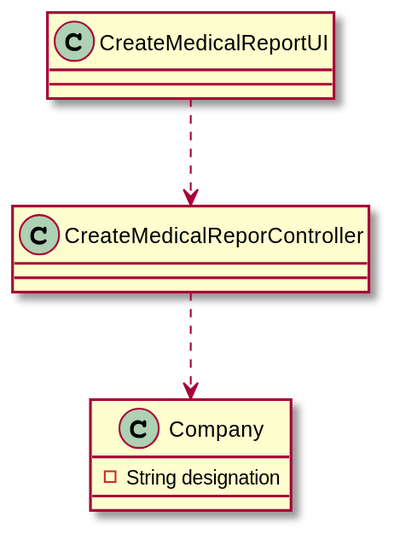
Above: docs/SprintC/US14/US14_CD.svg in manu-07-ela/LAPR2_ISEP (PlantUML), before the change. The source it was exported from:
```plantuml
@startuml

class Company{
-String designation

}

class CreateMedicalReportUI{
}

class CreateMedicalReporController{

}




CreateMedicalReportUI ..> CreateMedicalReporController
CreateMedicalReporController ..> Company

@enduml
```
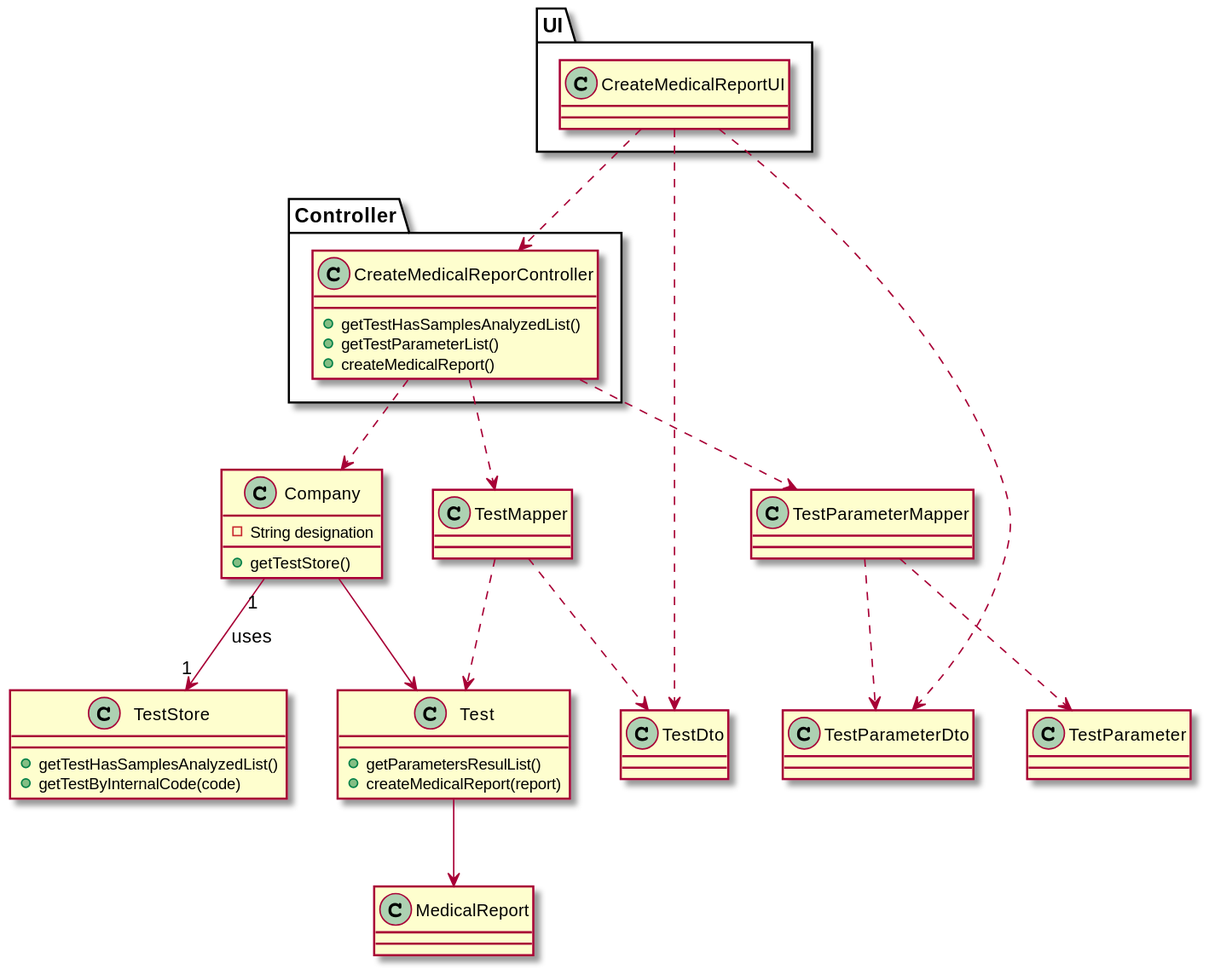
The same diagram one commit later.

What changed in the source:
```diff
@@ -1,21 +1,63 @@
 @startuml
+
+package UI{
+class CreateMedicalReportUI{
+}
+}
+
+package Controller{
+class CreateMedicalReporController{
++getTestHasSamplesAnalyzedList()
++getTestParameterList()
++createMedicalReport()
+}
+}
 
 class Company{
 -String designation
-
++getTestStore()
 }
 
-class CreateMedicalReportUI{
+class TestStore{
++getTestHasSamplesAnalyzedList()
++getTestByInternalCode(code)
 }
 
-class CreateMedicalReporController{
-
+class Test{
++getParametersResulList()
++createMedicalReport(report)
 }
 
+class MedicalReport{
+}
 
+class TestMapper{
+}
 
+class TestDto{
+}
+
+class TestParameter{
+}
+
+class TestParameterDto{
+}
+
+class TestParameterMapper{
+}
 
 CreateMedicalReportUI ..> CreateMedicalReporController
+CreateMedicalReportUI ..> TestDto
+CreateMedicalReportUI ..> TestParameterDto
 CreateMedicalReporController ..> Company
+CreateMedicalReporController ..> TestMapper
+CreateMedicalReporController ..> TestParameterMapper
+TestParameterMapper ..> TestParameterDto
+TestParameterMapper ..> TestParameter
+TestMapper ..> TestDto
+TestMapper ..> Test
+Company --> Test
+Test --> MedicalReport
+Company"1"--> "1" TestStore : uses
 
 @enduml
```
